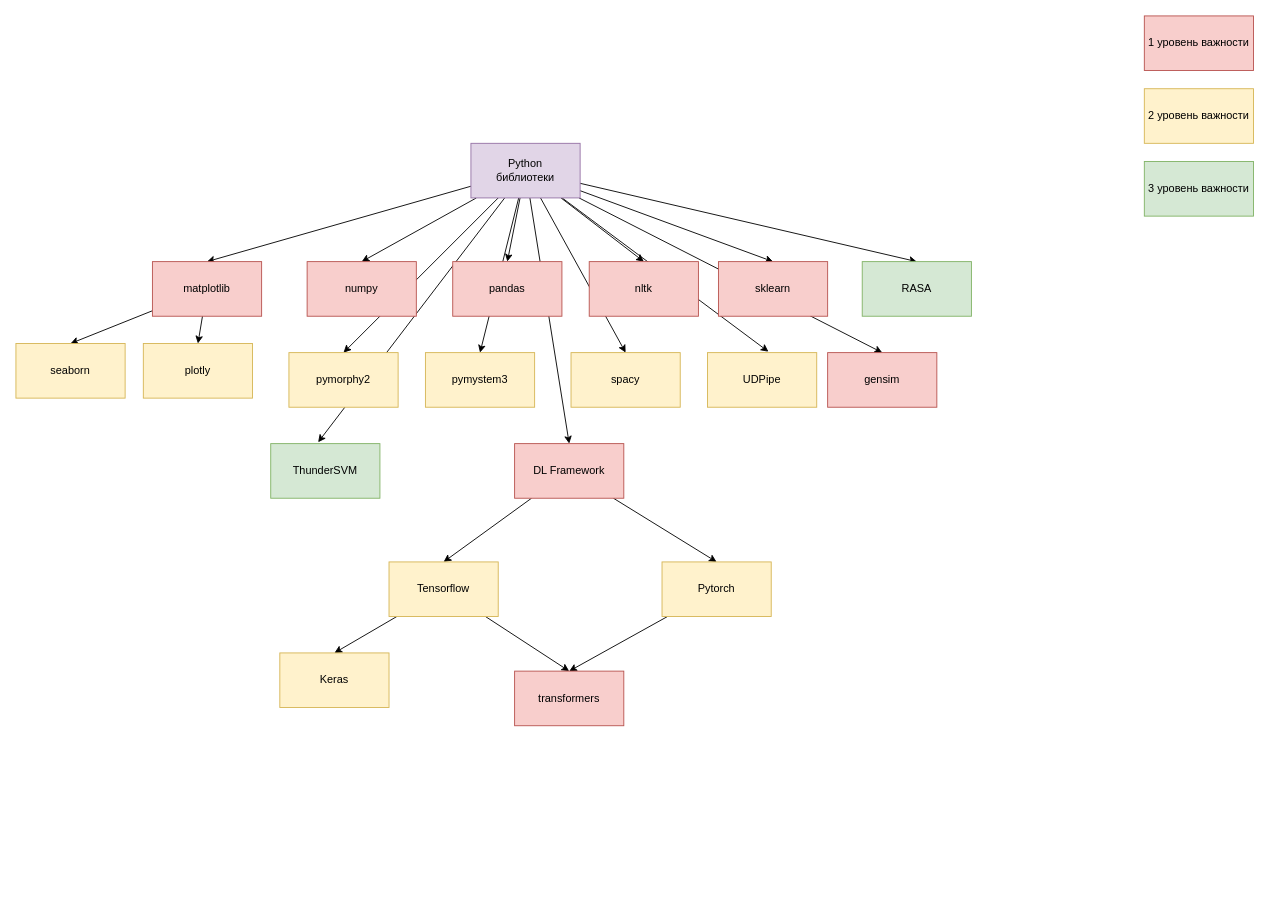
Before: page "Библиотеки Python" (5 of 5) of competencies_nlp.drawio in Astromis/nlp-compass, a draw.io diagram. Source tidied: cells renumbered, new cells numbered last; positions are measured from the earlier drawing's top-left corner, leaving out a move shared by most shapes. Both pictures are drawn from the tidied source at 91%, with x=0, y=0 at pixel (15, 15).
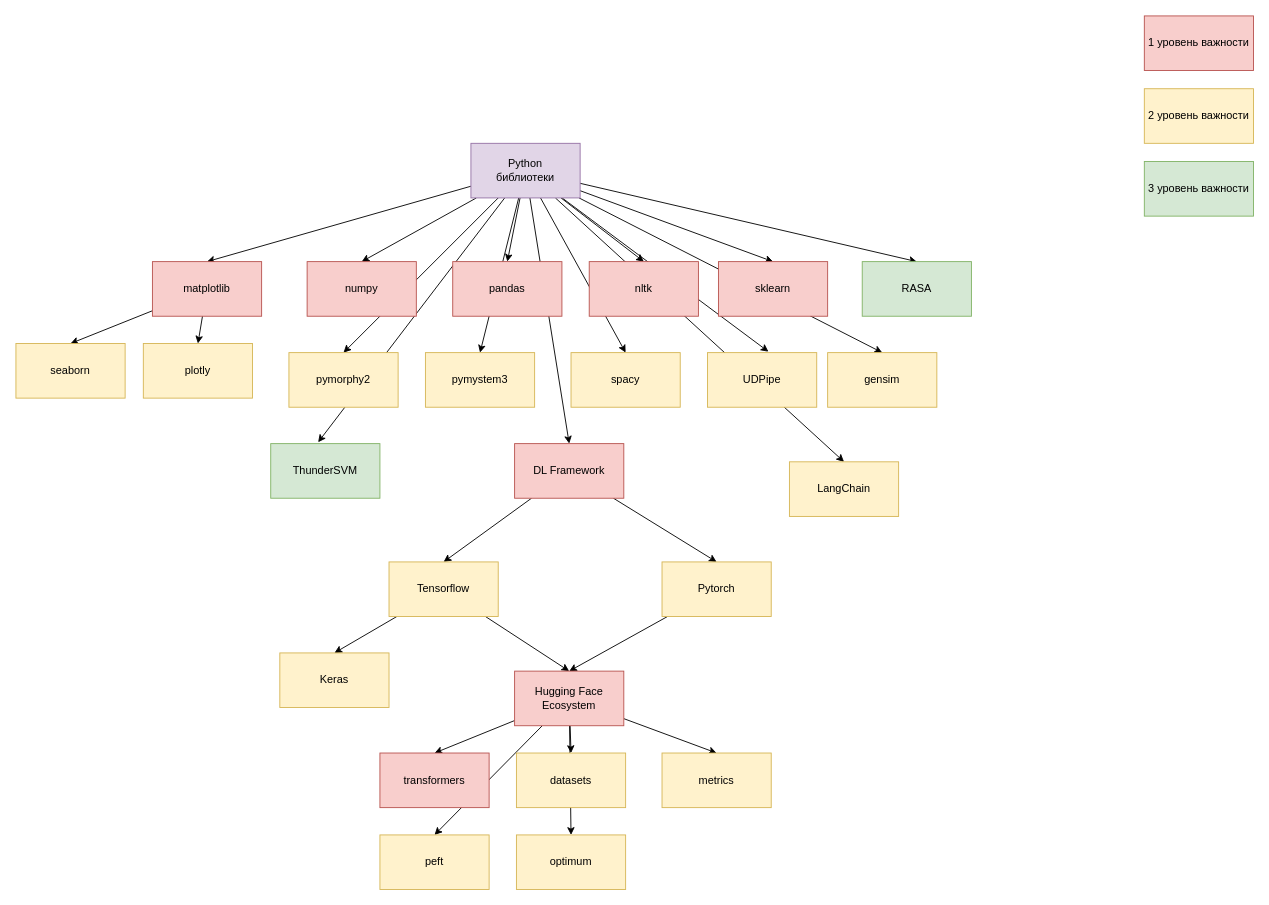
Above is the later version.

The change refers to these unchanged cells:
```xml
<mxCell id="15" value="&lt;div&gt;Python &lt;br&gt;&lt;/div&gt;&lt;div&gt;библиотеки&lt;/div&gt;" style="rounded=0;whiteSpace=wrap;html=1;fillColor=#e1d5e7;strokeColor=#9673a6;" parent="1" vertex="1">
  <mxGeometry x="500" y="140" width="120" height="60" as="geometry" />
</mxCell>
```

What changed in the source:
```diff
@@
+    <mxCell id="45" style="edgeStyle=none;rounded=0;jettySize=auto;html=1;entryX=0.5;entryY=0;entryDx=0;entryDy=0;" parent="1" edge="1" source="15" target="56">
+      <mxGeometry relative="1" as="geometry" />
+    </mxCell>
@@
-    <mxCell id="19" value="gensim" style="rounded=0;whiteSpace=wrap;html=1;fillColor=#f8cecc;strokeColor=#b85450;" parent="1" vertex="1">
+    <mxCell id="19" value="gensim" style="rounded=0;whiteSpace=wrap;html=1;fillColor=#fff2cc;strokeColor=#d6b656;" parent="1" vertex="1">
       <mxGeometry x="892" y="370" width="120" height="60" as="geometry" />
     </mxCell>
@@
+    <mxCell id="46" style="edgeStyle=none;rounded=0;jettySize=auto;html=1;entryX=0.5;entryY=0;entryDx=0;entryDy=0;" parent="1" edge="1" source="34" target="51">
+      <mxGeometry relative="1" as="geometry" />
+    </mxCell>
+    <mxCell id="47" style="edgeStyle=none;rounded=0;jettySize=auto;html=1;entryX=0.5;entryY=0;entryDx=0;entryDy=0;" parent="1" edge="1" source="34" target="52">
+      <mxGeometry relative="1" as="geometry" />
+    </mxCell>
+    <mxCell id="48" style="edgeStyle=none;rounded=0;jettySize=auto;html=1;entryX=0.5;entryY=0;entryDx=0;entryDy=0;" parent="1" edge="1" source="34" target="53">
+      <mxGeometry relative="1" as="geometry" />
+    </mxCell>
+    <mxCell id="49" style="edgeStyle=none;rounded=0;jettySize=auto;html=1;entryX=0.5;entryY=0;entryDx=0;entryDy=0;" parent="1" edge="1" source="34" target="54">
+      <mxGeometry relative="1" as="geometry" />
+    </mxCell>
+    <mxCell id="50" style="edgeStyle=none;rounded=0;jettySize=auto;html=1;entryX=0.5;entryY=0;entryDx=0;entryDy=0;" parent="1" edge="1" source="34" target="55">
+      <mxGeometry relative="1" as="geometry" />
+    </mxCell>
-    <mxCell id="34" value="transformers" style="rounded=0;whiteSpace=wrap;html=1;fillColor=#f8cecc;strokeColor=#b85450;" parent="1" vertex="1">
+    <mxCell id="34" value="Hugging Face&lt;br&gt;Ecosystem" style="rounded=0;whiteSpace=wrap;html=1;fillColor=#f8cecc;strokeColor=#b85450;" parent="1" vertex="1">
       <mxGeometry x="548" y="720" width="120" height="60" as="geometry" />
     </mxCell>
@@
+    <mxCell id="51" value="&lt;span style=&quot;color: rgb(0, 0, 0); font-family: Helvetica; font-size: 12px; font-style: normal; font-variant-ligatures: normal; font-variant-caps: normal; font-weight: 400; letter-spacing: normal; orphans: 2; text-align: center; text-indent: 0px; text-transform: none; widows: 2; word-spacing: 0px; -webkit-text-stroke-width: 0px; text-decoration-thickness: initial; text-decoration-style: initial; text-decoration-color: initial; float: none; display: inline !important;&quot;&gt;transformers&lt;/span&gt;" style="rounded=0;whiteSpace=wrap;html=1;fillColor=#f8cecc;strokeColor=#b85450;" parent="1" vertex="1">
+      <mxGeometry x="400" y="810" width="120" height="60" as="geometry" />
+    </mxCell>
+    <mxCell id="52" value="datasets" style="rounded=0;whiteSpace=wrap;html=1;fillColor=#fff2cc;strokeColor=#d6b656;" parent="1" vertex="1">
+      <mxGeometry x="550" y="810" width="120" height="60" as="geometry" />
+    </mxCell>
+    <mxCell id="53" value="metrics" style="rounded=0;whiteSpace=wrap;html=1;fillColor=#fff2cc;strokeColor=#d6b656;" parent="1" vertex="1">
+      <mxGeometry x="710" y="810" width="120" height="60" as="geometry" />
+    </mxCell>
+    <mxCell id="54" value="peft" style="rounded=0;whiteSpace=wrap;html=1;fillColor=#fff2cc;strokeColor=#d6b656;" parent="1" vertex="1">
+      <mxGeometry x="400" y="900" width="120" height="60" as="geometry" />
+    </mxCell>
+    <mxCell id="55" value="optimum" style="rounded=0;whiteSpace=wrap;html=1;fillColor=#fff2cc;strokeColor=#d6b656;" parent="1" vertex="1">
+      <mxGeometry x="550" y="900" width="120" height="60" as="geometry" />
+    </mxCell>
+    <mxCell id="56" value="LangChain" style="rounded=0;whiteSpace=wrap;html=1;fillColor=#fff2cc;strokeColor=#d6b656;" parent="1" vertex="1">
+      <mxGeometry x="850" y="490" width="120" height="60" as="geometry" />
+    </mxCell>
```
